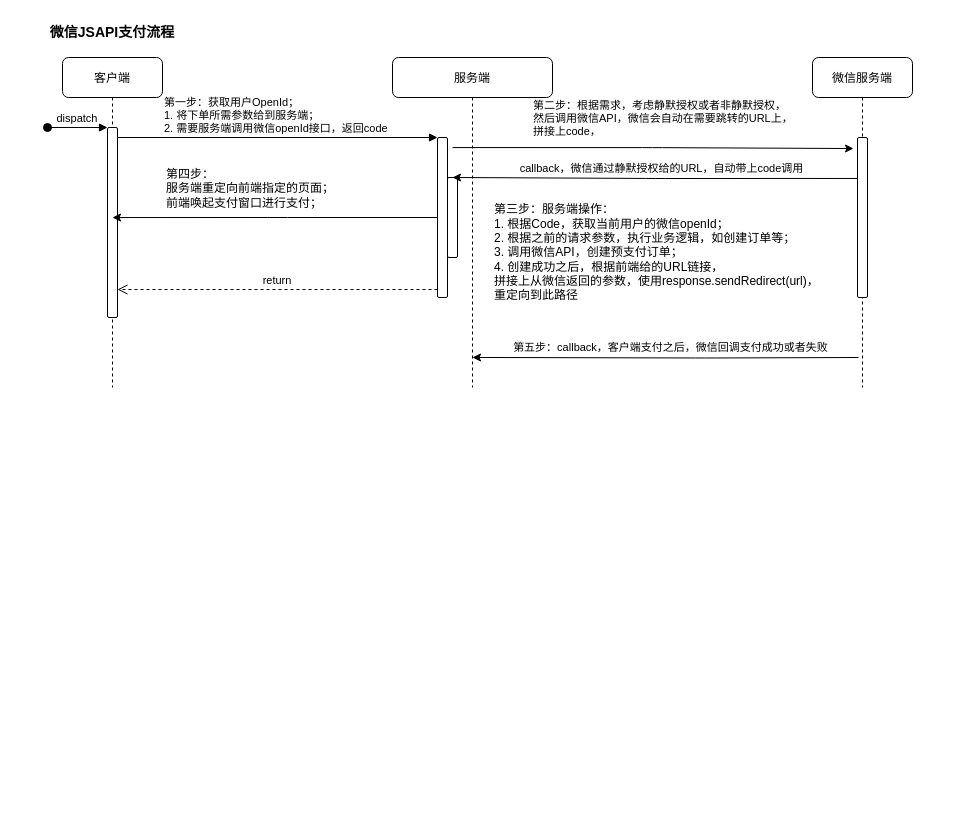
Earlier version of the draw.io diagram 微信支付.drawio (lints123/draw_project). Source tidied: cells renumbered, new cells numbered last; positions are measured from the earlier drawing's top-left corner, leaving out a move shared by most shapes. Both pictures are drawn from the tidied source at 100%, with x=0, y=0 at pixel (17, 17).
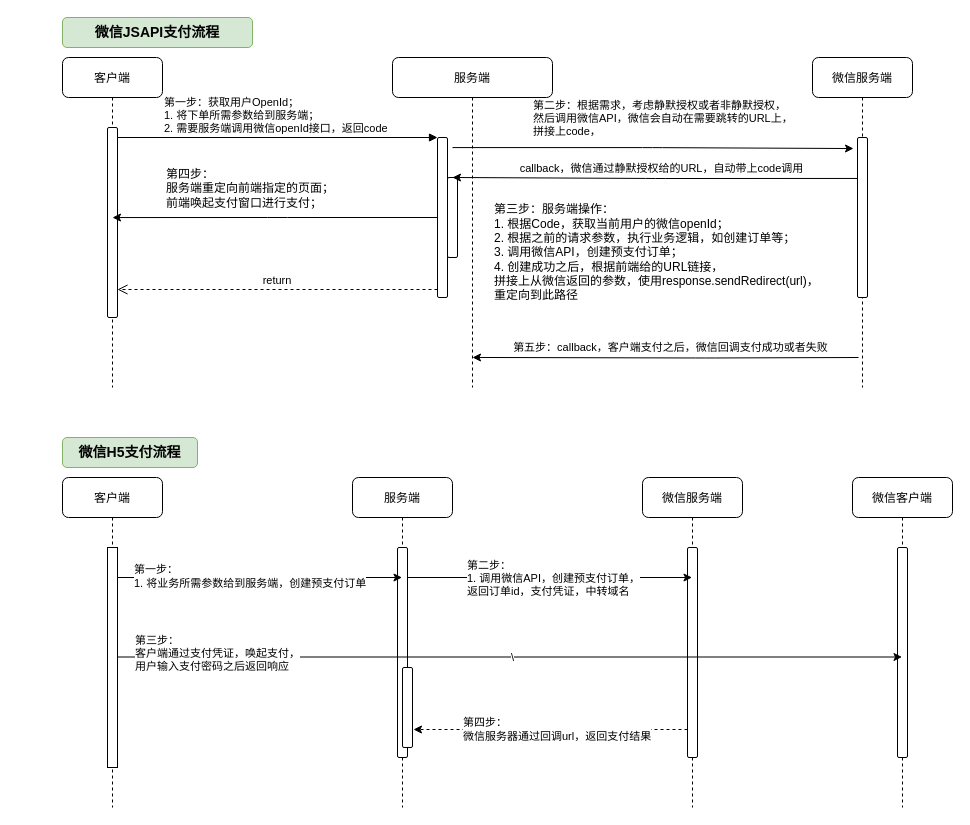
The same diagram, later.

Commit message:
更新微信支付.drawio

Unchanged cells that the change refers to:
```xml
<mxCell id="2" value="客户端" style="shape=umlLifeline;perimeter=lifelinePerimeter;rounded=1;shadow=0;strokeWidth=1;labelBackgroundColor=none;" parent="1" vertex="1">
  <mxGeometry x="45" y="40" width="100" height="330" as="geometry" />
</mxCell>
<mxCell id="3" style="points=[];perimeter=orthogonalPerimeter;rounded=1;shadow=0;strokeWidth=1;labelBackgroundColor=none;" parent="2" vertex="1">
  <mxGeometry x="45" y="70" width="10" height="190" as="geometry" />
</mxCell>
```

What changed in the source:
```diff
@@
-    <mxCell id="4" value="dispatch" style="verticalAlign=bottom;startArrow=oval;endArrow=block;startSize=8;shadow=0;strokeWidth=1;rounded=1;labelBackgroundColor=none;fontColor=default;" parent="2" edge="1" target="3">
-      <mxGeometry relative="1" as="geometry">
-        <mxPoint x="-15" y="70" as="sourcePoint" />
-      </mxGeometry>
-    </mxCell>
@@
-    <mxCell id="16" value="微信JSAPI支付流程" style="text;html=1;strokeColor=none;fillColor=none;align=center;verticalAlign=middle;whiteSpace=wrap;rounded=1;fontStyle=1;fontSize=14;labelBackgroundColor=none;" parent="1" vertex="1">
-      <mxGeometry width="190" height="30" as="geometry" />
+    <mxCell id="16" value="微信JSAPI支付流程" style="text;html=1;strokeColor=#82b366;fillColor=#d5e8d4;align=center;verticalAlign=middle;whiteSpace=wrap;rounded=1;fontStyle=1;fontSize=14;labelBackgroundColor=none;" parent="1" vertex="1">
+      <mxGeometry x="45" width="190" height="30" as="geometry" />
     </mxCell>
@@
+    <mxCell id="22" value="客户端" style="shape=umlLifeline;perimeter=lifelinePerimeter;rounded=1;shadow=0;strokeWidth=1;labelBackgroundColor=none;" parent="1" vertex="1">
+      <mxGeometry x="45" y="460" width="100" height="330" as="geometry" />
+    </mxCell>
+    <mxCell id="23" style="points=[];perimeter=orthogonalPerimeter;rounded=1;shadow=0;strokeWidth=1;labelBackgroundColor=none;arcSize=0;" parent="22" vertex="1">
+      <mxGeometry x="45" y="70" width="10" height="220" as="geometry" />
+    </mxCell>
+    <mxCell id="24" value="服务端" style="shape=umlLifeline;perimeter=lifelinePerimeter;rounded=1;shadow=0;strokeWidth=1;labelBackgroundColor=none;" parent="1" vertex="1">
+      <mxGeometry x="335" y="460" width="100" height="330" as="geometry" />
+    </mxCell>
+    <mxCell id="25" style="points=[];perimeter=orthogonalPerimeter;rounded=1;shadow=0;strokeWidth=1;labelBackgroundColor=none;" parent="24" vertex="1">
+      <mxGeometry x="45" y="70" width="10" height="210" as="geometry" />
+    </mxCell>
+    <mxCell id="26" style="points=[];perimeter=orthogonalPerimeter;rounded=1;shadow=0;strokeWidth=1;labelBackgroundColor=none;" parent="24" vertex="1">
+      <mxGeometry x="50" y="190" width="10" height="80" as="geometry" />
+    </mxCell>
+    <mxCell id="27" value="微信服务端" style="shape=umlLifeline;perimeter=lifelinePerimeter;rounded=1;shadow=0;strokeWidth=1;labelBackgroundColor=none;" parent="1" vertex="1">
+      <mxGeometry x="625" y="460" width="100" height="330" as="geometry" />
+    </mxCell>
+    <mxCell id="28" style="points=[];perimeter=orthogonalPerimeter;rounded=1;shadow=0;strokeWidth=1;labelBackgroundColor=none;" parent="27" vertex="1">
+      <mxGeometry x="45" y="70" width="10" height="210" as="geometry" />
+    </mxCell>
+    <mxCell id="29" style="edgeStyle=orthogonalEdgeStyle;rounded=0;jettySize=auto;html=1;" parent="1" edge="1" source="23" target="24">
+      <mxGeometry relative="1" as="geometry">
+        <Array as="points">
+          <mxPoint x="275" y="560" />
+          <mxPoint x="275" y="560" />
+        </Array>
+      </mxGeometry>
+    </mxCell>
+    <mxCell id="30" value="第一步：&lt;br&gt;1. 将业务所需参数给到服务端，创建预支付订单" style="edgeLabel;html=1;align=left;verticalAlign=middle;" parent="29" vertex="1">
+      <mxGeometry x="-0.66" y="2" relative="1" as="geometry">
+        <mxPoint x="-33" as="offset" />
+      </mxGeometry>
+    </mxCell>
+    <mxCell id="31" style="edgeStyle=orthogonalEdgeStyle;rounded=0;jettySize=auto;html=1;" parent="1" edge="1" source="25" target="27">
+      <mxGeometry relative="1" as="geometry">
+        <Array as="points">
+          <mxPoint x="575" y="560" />
+          <mxPoint x="575" y="560" />
+        </Array>
+      </mxGeometry>
+    </mxCell>
+    <mxCell id="32" value="第二步：&lt;br&gt;1. 调用微信API，创建预支付订单，&lt;br&gt;返回订单id，支付凭证，中转域名" style="edgeLabel;html=1;align=left;verticalAlign=middle;" parent="31" vertex="1">
+      <mxGeometry x="-0.67" y="-1" relative="1" as="geometry">
+        <mxPoint x="11" y="-1" as="offset" />
+      </mxGeometry>
+    </mxCell>
+    <mxCell id="33" value="微信客户端" style="shape=umlLifeline;perimeter=lifelinePerimeter;rounded=1;shadow=0;strokeWidth=1;labelBackgroundColor=none;" parent="1" vertex="1">
+      <mxGeometry x="835" y="460" width="100" height="330" as="geometry" />
+    </mxCell>
+    <mxCell id="34" style="perimeter=orthogonalPerimeter;rounded=1;shadow=0;strokeWidth=1;labelBackgroundColor=none;" parent="33" vertex="1">
+      <mxGeometry x="45" y="70" width="10" height="210" as="geometry" />
+    </mxCell>
+    <mxCell id="35" value="\" style="edgeStyle=orthogonalEdgeStyle;rounded=0;orthogonalLoop=1;jettySize=auto;html=1;align=left;" parent="1" edge="1">
+      <mxGeometry relative="1" as="geometry">
+        <mxPoint x="100" y="639.5" as="sourcePoint" />
+        <mxPoint x="884.5" y="639.5" as="targetPoint" />
+        <Array as="points">
+          <mxPoint x="495" y="640" />
+          <mxPoint x="495" y="640" />
+        </Array>
+      </mxGeometry>
+    </mxCell>
+    <mxCell id="36" value="第三步：&lt;br&gt;客户端通过支付凭证，唤起支付，&lt;br&gt;用户输入支付密码之后返回响应" style="edgeLabel;html=1;align=left;verticalAlign=middle;" parent="35" vertex="1">
+      <mxGeometry x="-0.92" y="-1" relative="1" as="geometry">
+        <mxPoint x="-15" y="-5" as="offset" />
+      </mxGeometry>
+    </mxCell>
+    <mxCell id="37" style="edgeStyle=orthogonalEdgeStyle;rounded=0;jettySize=auto;html=1;entryX=1.1;entryY=0.775;entryDx=0;entryDy=0;entryPerimeter=0;dashed=1;" parent="1" edge="1" source="28" target="26">
+      <mxGeometry relative="1" as="geometry">
+        <Array as="points">
+          <mxPoint x="625" y="712" />
+          <mxPoint x="625" y="712" />
+        </Array>
+      </mxGeometry>
+    </mxCell>
+    <mxCell id="38" value="第四步：&lt;br&gt;微信服务器通过回调url，返回支付结果" style="edgeLabel;html=1;align=left;verticalAlign=middle;" parent="37" vertex="1">
+      <mxGeometry x="0.72" y="-1" relative="1" as="geometry">
+        <mxPoint x="10" as="offset" />
+      </mxGeometry>
+    </mxCell>
+    <mxCell id="39" value="微信H5支付流程" style="text;html=1;strokeColor=#82b366;fillColor=#d5e8d4;align=center;verticalAlign=middle;whiteSpace=wrap;rounded=1;fontSize=14;fontStyle=1;" parent="1" vertex="1">
+      <mxGeometry x="45" y="420" width="135" height="30" as="geometry" />
+    </mxCell>
```
